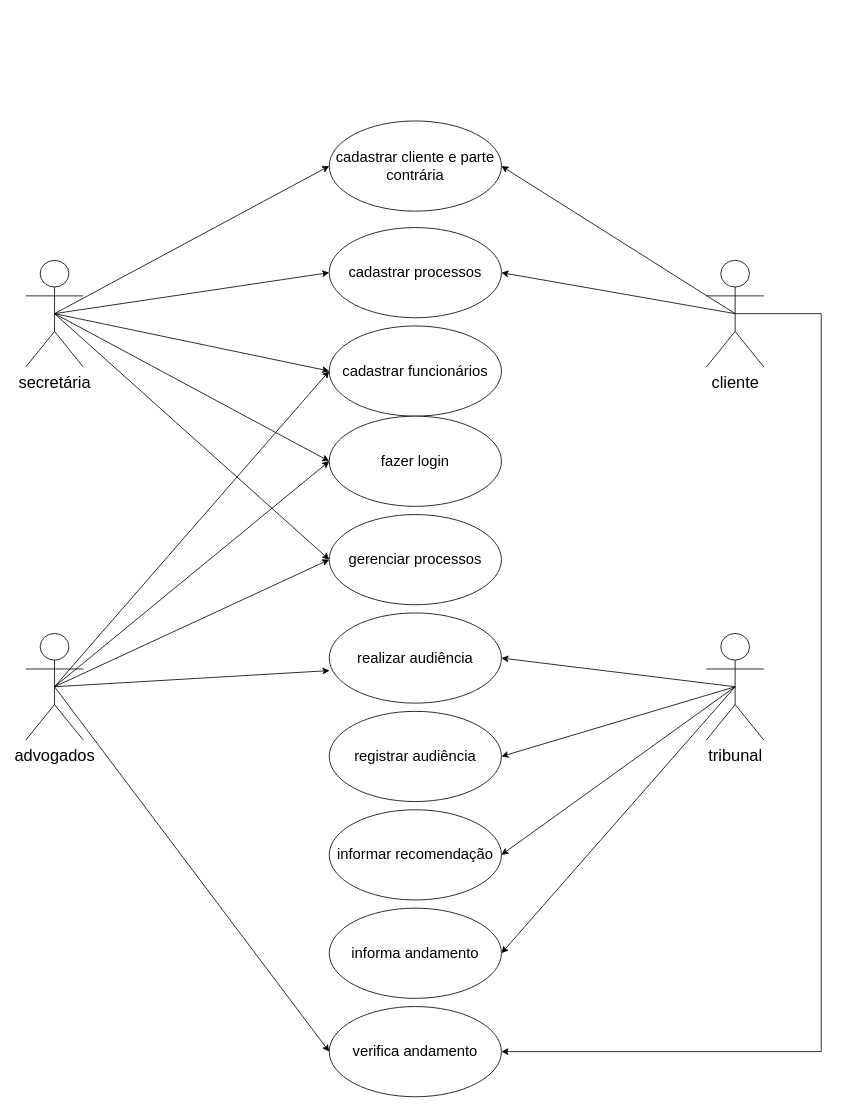
The draw.io diagram Untitled Diagram.drawio in wesleybmartins124/academico, before the edit. Source tidied: cells renumbered, new cells numbered last; positions are measured from the earlier drawing's top-left corner, leaving out a move shared by most shapes. Both pictures are drawn from the tidied source at 82%, with x=0, y=0 at pixel (25, 121).
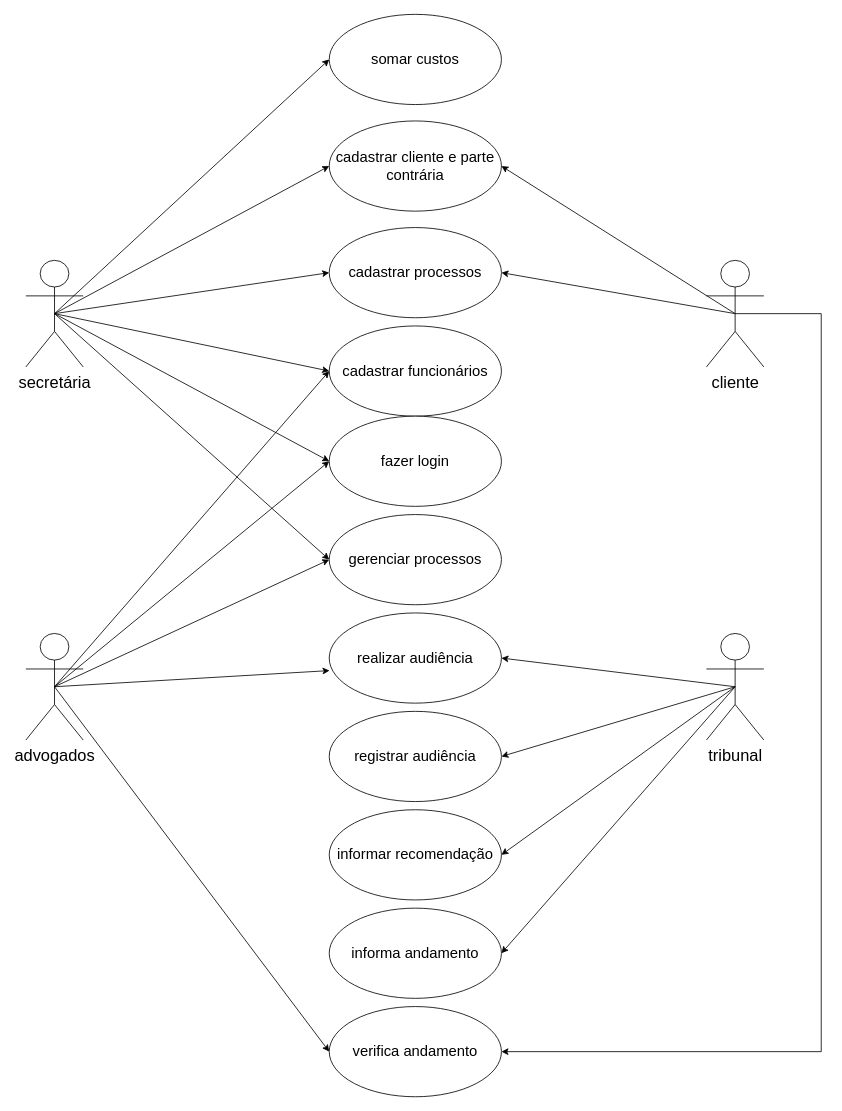
After the change.

The change refers to these unchanged cells:
```xml
<mxCell id="8" value="&lt;font style=&quot;font-size: 20px&quot;&gt;secretária&lt;/font&gt;" style="shape=umlActor;verticalLabelPosition=bottom;verticalAlign=top;html=1;outlineConnect=0;" parent="1" vertex="1">
  <mxGeometry y="170" width="70" height="130" as="geometry" />
</mxCell>
```

Change to the diagram source:
```diff
@@
+    <mxCell id="33" style="rounded=0;jettySize=auto;html=1;exitX=0.5;exitY=0.5;exitDx=0;exitDy=0;exitPerimeter=0;entryX=0;entryY=0.5;entryDx=0;entryDy=0;" parent="1" edge="1" source="8" target="34">
+      <mxGeometry relative="1" as="geometry" />
+    </mxCell>
@@
+    <mxCell id="34" value="&lt;span style=&quot;font-size: 18px&quot;&gt;somar custos&lt;/span&gt;" style="ellipse;whiteSpace=wrap;html=1;" parent="1" vertex="1">
+      <mxGeometry x="370" y="-130" width="210" height="110" as="geometry" />
+    </mxCell>
```
